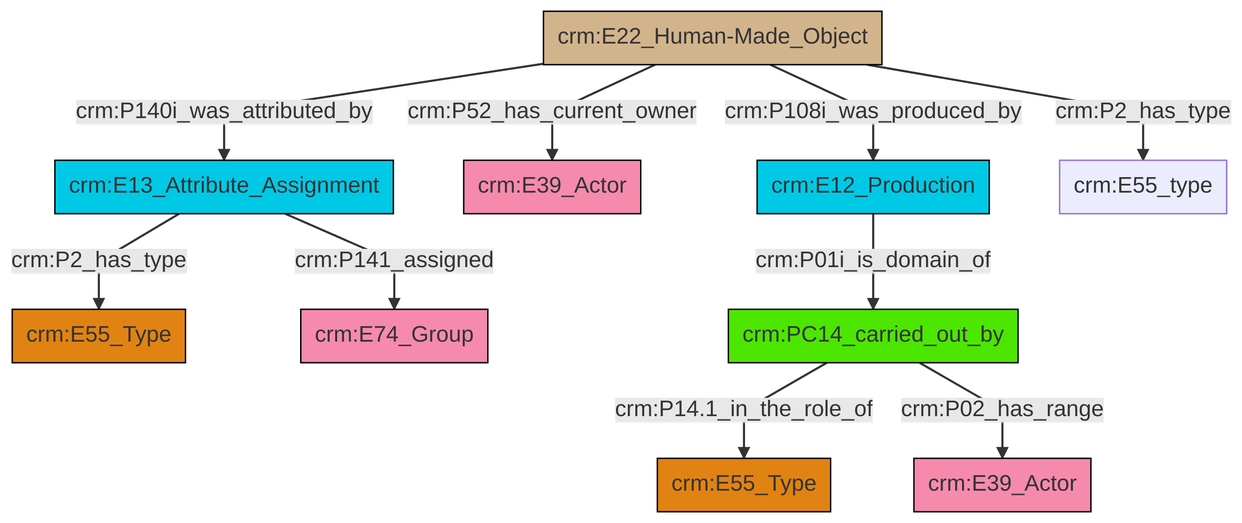
Above: et/builtWorkCSV/ttl/mmd/png/Built_Work_actor_relations.png in swiss-art-research-net/docs.swissartresearch (Mermaid), before the change. Its source is kept beside it as et/builtWorkCSV/ttl/mmd/Built_Work_actor_relations.ttl.mmd.
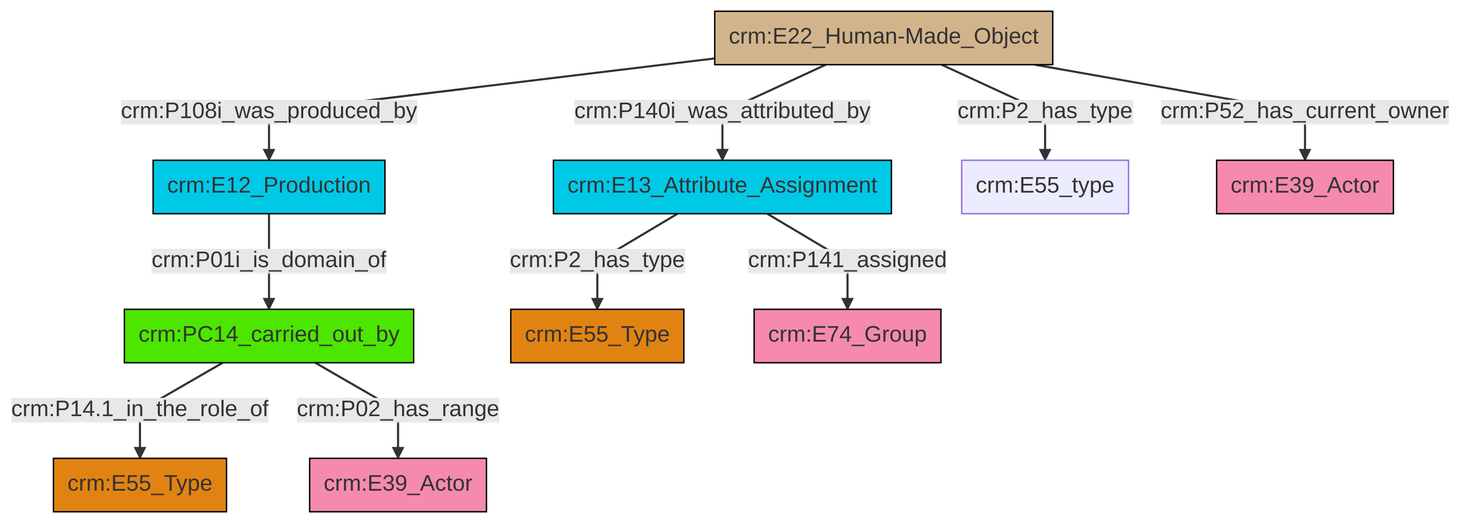
After the commit.

What changed in the source:
```diff
@@ -13,12 +13,12 @@
 classDef PC_Classes fill:#4ce600, stroke:#000000;
 classDef Multi fill:#cccccc,stroke:#000000;
 
-0["crm:E13_Attribute_Assignment"]:::Temporal_Entity -->|crm:P2_has_type| 1["crm:E55_Type"]:::Type
-2["crm:E22_Human-Made_Object"]:::Physical_Thing -->|crm:P52_has_current_owner| 3["crm:E39_Actor"]:::Actor
-2["crm:E22_Human-Made_Object"]:::Physical_Thing -->|crm:P108i_was_produced_by| 8["crm:E12_Production"]:::Temporal_Entity
-2["crm:E22_Human-Made_Object"]:::Physical_Thing -->|crm:P2_has_type| 11["crm:E55_type"]:::Default
-14["crm:PC14_carried_out_by"]:::PC_Classes -->|crm:P14.1_in_the_role_of| 6["crm:E55_Type"]:::Type
-8["crm:E12_Production"]:::Temporal_Entity -->|crm:P01i_is_domain_of| 14["crm:PC14_carried_out_by"]:::PC_Classes
-14["crm:PC14_carried_out_by"]:::PC_Classes -->|crm:P02_has_range| 4["crm:E39_Actor"]:::Actor
-0["crm:E13_Attribute_Assignment"]:::Temporal_Entity -->|crm:P141_assigned| 12["crm:E74_Group"]:::Actor
-2["crm:E22_Human-Made_Object"]:::Physical_Thing -->|crm:P140i_was_attributed_by| 0["crm:E13_Attribute_Assignment"]:::Temporal_Entity
+4["crm:PC14_carried_out_by"]:::PC_Classes -->|crm:P14.1_in_the_role_of| 6["crm:E55_Type"]:::Type
+7["crm:E12_Production"]:::Temporal_Entity -->|crm:P01i_is_domain_of| 4["crm:PC14_carried_out_by"]:::PC_Classes
+0["crm:E13_Attribute_Assignment"]:::Temporal_Entity -->|crm:P2_has_type| 8["crm:E55_Type"]:::Type
+9["crm:E22_Human-Made_Object"]:::Physical_Thing -->|crm:P2_has_type| 10["crm:E55_type"]:::Default
+9["crm:E22_Human-Made_Object"]:::Physical_Thing -->|crm:P108i_was_produced_by| 7["crm:E12_Production"]:::Temporal_Entity
+9["crm:E22_Human-Made_Object"]:::Physical_Thing -->|crm:P52_has_current_owner| 11["crm:E39_Actor"]:::Actor
+0["crm:E13_Attribute_Assignment"]:::Temporal_Entity -->|crm:P141_assigned| 18["crm:E74_Group"]:::Actor
+4["crm:PC14_carried_out_by"]:::PC_Classes -->|crm:P02_has_range| 2["crm:E39_Actor"]:::Actor
+9["crm:E22_Human-Made_Object"]:::Physical_Thing -->|crm:P140i_was_attributed_by| 0["crm:E13_Attribute_Assignment"]:::Temporal_Entity
```
